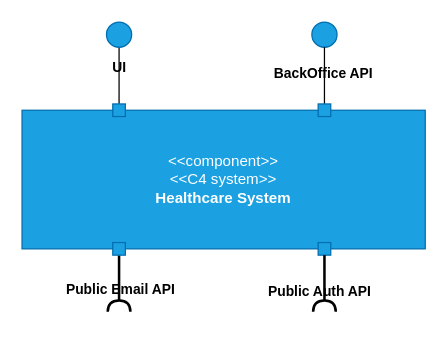
Before: docs/sprint-2/team-decisions/views/logical-view/healthcare_system_vl1.drawio in rita-barbosa/LAPR5-2425, a draw.io diagram. Source tidied: cells renumbered, new cells numbered last; positions are measured from the earlier drawing's top-left corner, leaving out a move shared by most shapes. Both pictures are drawn from the tidied source at 126%, with x=0, y=0 at pixel (21, 21).
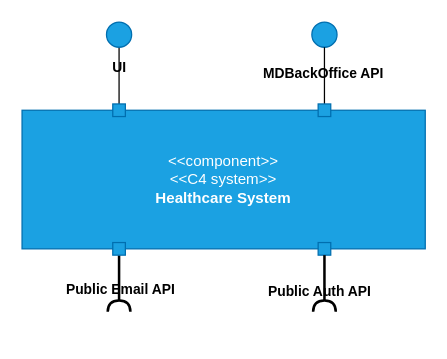
The same diagram, later.

The change refers to these unchanged cells:
```xml
<mxCell id="5" style="edgeStyle=orthogonalEdgeStyle;rounded=0;jettySize=auto;html=1;entryX=0.5;entryY=0;entryDx=0;entryDy=0;endArrow=none;endFill=0;fontColor=#000000;strokeColor=#000000;" parent="3" edge="1" source="4">
  <mxGeometry relative="1" as="geometry">
    <mxPoint x="10" y="65" as="targetPoint" />
  </mxGeometry>
</mxCell>
```

Change to the diagram source:
```diff
@@
-    <mxCell id="6" value="BackOffice API" style="edgeLabel;html=1;align=center;verticalAlign=middle;fontStyle=1;labelBackgroundColor=none;" parent="5" vertex="1">
+    <mxCell id="6" value="MDBackOffice API" style="edgeLabel;html=1;align=center;verticalAlign=middle;fontStyle=1;labelBackgroundColor=none;" parent="5" vertex="1">
       <mxGeometry x="-0.11" y="-2" relative="1" as="geometry" />
     </mxCell>
```
